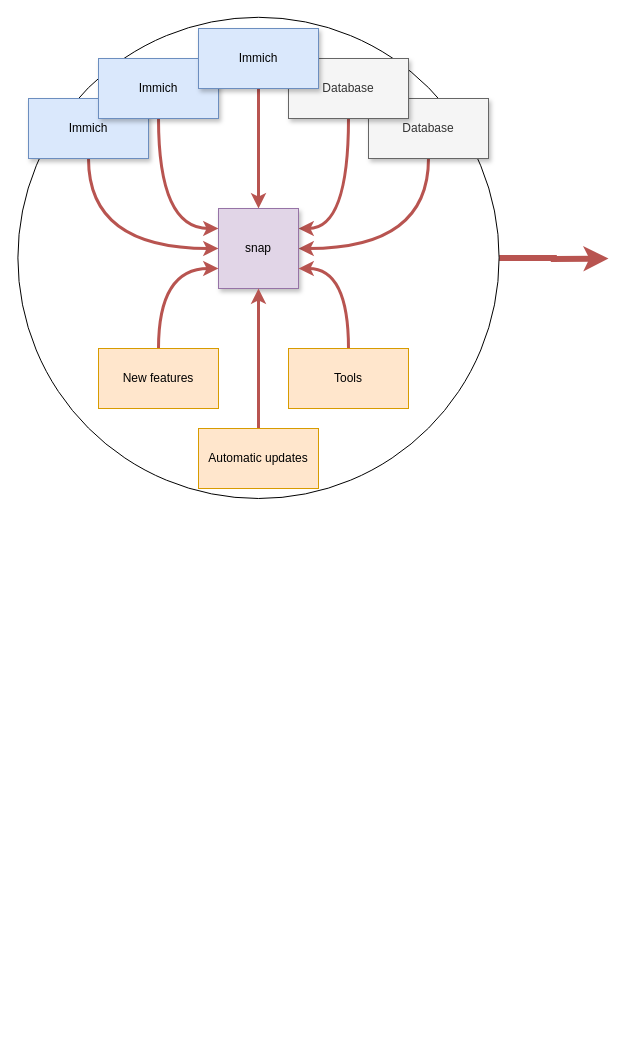
nsg/immich-distribution keeps this draw.io diagram as docs/immich-dist-snap.drawio. Above is the earlier version. Source tidied: cells renumbered, new cells numbered last; positions are measured from the earlier drawing's top-left corner, leaving out a move shared by most shapes. Both pictures are drawn from the tidied source at 100%, with x=0, y=0 at pixel (17, 17). Pictures stored in the file or linked from it are replaced by grey dashed boxes.
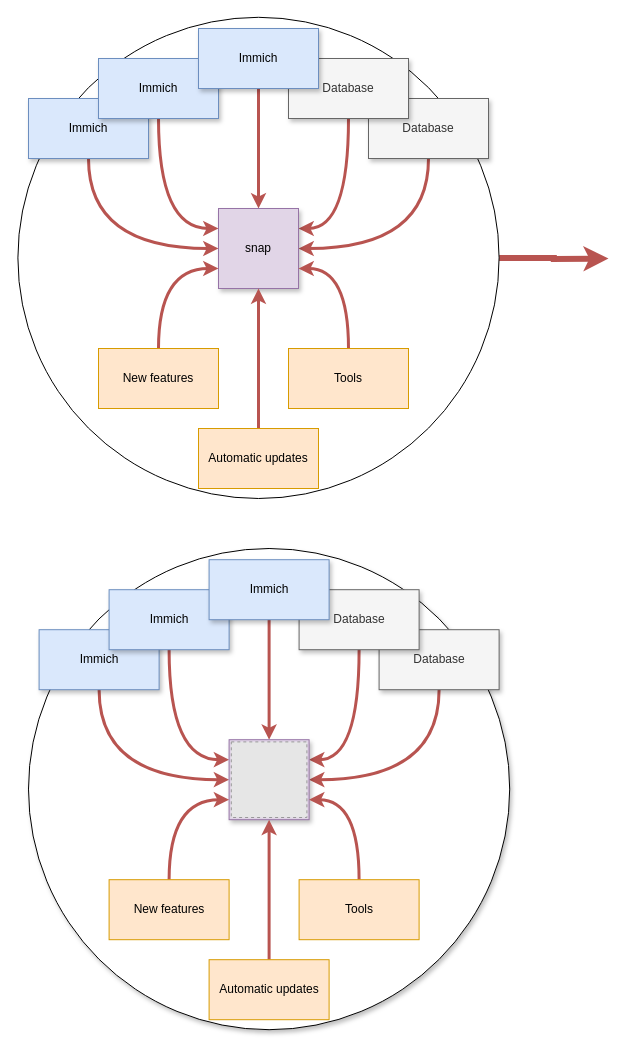
The same diagram, later.

Diff of the diagram source:
```diff
@@
+    <mxCell id="21" style="ellipse;whiteSpace=wrap;html=1;shadow=1;" parent="1" vertex="1">
+      <mxGeometry x="11" y="531" width="481.2" height="481.2" as="geometry" />
+    </mxCell>
+    <mxCell id="22" style="edgeStyle=orthogonalEdgeStyle;rounded=0;jettySize=auto;html=1;entryX=0;entryY=0.5;entryDx=0;entryDy=0;curved=1;exitX=0.5;exitY=1;exitDx=0;exitDy=0;fillColor=#f8cecc;strokeColor=#b85450;strokeWidth=3;" parent="1" edge="1" source="23" target="32">
+      <mxGeometry relative="1" as="geometry" />
+    </mxCell>
+    <mxCell id="23" value="Immich" style="rounded=0;whiteSpace=wrap;html=1;shadow=1;fillColor=#dae8fc;strokeColor=#6c8ebf;" parent="1" vertex="1">
+      <mxGeometry x="21.6" y="612.2" width="120" height="60" as="geometry" />
+    </mxCell>
+    <mxCell id="24" style="edgeStyle=orthogonalEdgeStyle;rounded=0;jettySize=auto;html=1;entryX=0;entryY=0.25;entryDx=0;entryDy=0;curved=1;fillColor=#f8cecc;strokeColor=#b85450;strokeWidth=3;" parent="1" edge="1" source="25" target="32">
+      <mxGeometry relative="1" as="geometry" />
+    </mxCell>
+    <mxCell id="25" value="Immich" style="rounded=0;whiteSpace=wrap;html=1;shadow=1;fillColor=#dae8fc;strokeColor=#6c8ebf;" parent="1" vertex="1">
+      <mxGeometry x="91.6" y="572.2" width="120" height="60" as="geometry" />
+    </mxCell>
+    <mxCell id="26" style="edgeStyle=orthogonalEdgeStyle;rounded=0;jettySize=auto;html=1;entryX=1;entryY=0.5;entryDx=0;entryDy=0;curved=1;exitX=0.5;exitY=1;exitDx=0;exitDy=0;fillColor=#f8cecc;strokeColor=#b85450;strokeWidth=3;" parent="1" edge="1" source="27" target="32">
+      <mxGeometry relative="1" as="geometry" />
+    </mxCell>
+    <mxCell id="27" value="Database" style="rounded=0;whiteSpace=wrap;html=1;shadow=1;fillColor=#f5f5f5;strokeColor=#666666;fontColor=#333333;" parent="1" vertex="1">
+      <mxGeometry x="361.6" y="612.2" width="120" height="60" as="geometry" />
+    </mxCell>
+    <mxCell id="28" style="edgeStyle=orthogonalEdgeStyle;rounded=0;jettySize=auto;html=1;entryX=1;entryY=0.25;entryDx=0;entryDy=0;curved=1;fillColor=#f8cecc;strokeColor=#b85450;strokeWidth=3;" parent="1" edge="1" source="29" target="32">
+      <mxGeometry relative="1" as="geometry" />
+    </mxCell>
+    <mxCell id="29" value="Database" style="rounded=0;whiteSpace=wrap;html=1;shadow=1;fillColor=#f5f5f5;strokeColor=#666666;fontColor=#333333;" parent="1" vertex="1">
+      <mxGeometry x="281.6" y="572.2" width="120" height="60" as="geometry" />
+    </mxCell>
+    <mxCell id="30" style="edgeStyle=orthogonalEdgeStyle;rounded=0;jettySize=auto;html=1;entryX=0.5;entryY=0;entryDx=0;entryDy=0;fillColor=#f8cecc;strokeColor=#b85450;strokeWidth=3;" parent="1" edge="1" source="31" target="32">
+      <mxGeometry relative="1" as="geometry" />
+    </mxCell>
+    <mxCell id="31" value="Immich" style="rounded=0;whiteSpace=wrap;html=1;shadow=1;fillColor=#dae8fc;strokeColor=#6c8ebf;" parent="1" vertex="1">
+      <mxGeometry x="191.6" y="542.2" width="120" height="60" as="geometry" />
+    </mxCell>
+    <mxCell id="32" style="whiteSpace=wrap;html=1;shadow=1;fillColor=#e1d5e7;strokeColor=#9673a6;" parent="1" vertex="1">
+      <mxGeometry x="211.6" y="722.2" width="80" height="80" as="geometry" />
+    </mxCell>
+    <mxCell id="33" style="edgeStyle=orthogonalEdgeStyle;rounded=0;jettySize=auto;html=1;entryX=1;entryY=0.75;entryDx=0;entryDy=0;curved=1;fillColor=#f8cecc;strokeColor=#b85450;strokeWidth=3;" parent="1" edge="1" source="34" target="32">
+      <mxGeometry relative="1" as="geometry" />
+    </mxCell>
+    <mxCell id="34" value="Tools" style="rounded=0;whiteSpace=wrap;html=1;fillColor=#ffe6cc;strokeColor=#d79b00;" parent="1" vertex="1">
+      <mxGeometry x="281.6" y="862.2" width="120" height="60" as="geometry" />
+    </mxCell>
+    <mxCell id="35" style="edgeStyle=orthogonalEdgeStyle;rounded=0;jettySize=auto;html=1;entryX=0.5;entryY=1;entryDx=0;entryDy=0;fillColor=#f8cecc;strokeColor=#b85450;strokeWidth=3;" parent="1" edge="1" source="36" target="32">
+      <mxGeometry relative="1" as="geometry" />
+    </mxCell>
+    <mxCell id="36" value="Automatic updates" style="rounded=0;whiteSpace=wrap;html=1;fillColor=#ffe6cc;strokeColor=#d79b00;" parent="1" vertex="1">
+      <mxGeometry x="191.6" y="942.2" width="120" height="60" as="geometry" />
+    </mxCell>
+    <mxCell id="37" style="edgeStyle=orthogonalEdgeStyle;rounded=0;jettySize=auto;html=1;entryX=0;entryY=0.75;entryDx=0;entryDy=0;curved=1;fillColor=#f8cecc;strokeColor=#b85450;strokeWidth=3;" parent="1" edge="1" source="38" target="32">
+      <mxGeometry relative="1" as="geometry" />
+    </mxCell>
+    <mxCell id="38" value="New features" style="rounded=0;whiteSpace=wrap;html=1;fillColor=#ffe6cc;strokeColor=#d79b00;" parent="1" vertex="1">
+      <mxGeometry x="91.6" y="862.2" width="120" height="60" as="geometry" />
+    </mxCell>
+    <mxCell id="39" style="fillColor=#E6E6E6;strokeColor=#999999;dashed=1;" parent="1" vertex="1">
+      <mxGeometry x="213.8" y="724.4" width="75.6" height="75.6" as="geometry" />
+    </mxCell>
```
